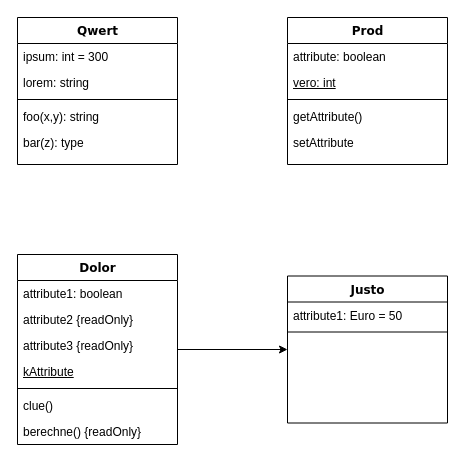
Before: Klassendiagramm-EA4.drawio in KathBerg/diagram-construction-site, a draw.io diagram. Source tidied: cells renumbered, new cells numbered last; positions are measured from the earlier drawing's top-left corner, leaving out a move shared by most shapes. Both pictures are drawn from the tidied source at 100%, with x=0, y=0 at pixel (17, 17).
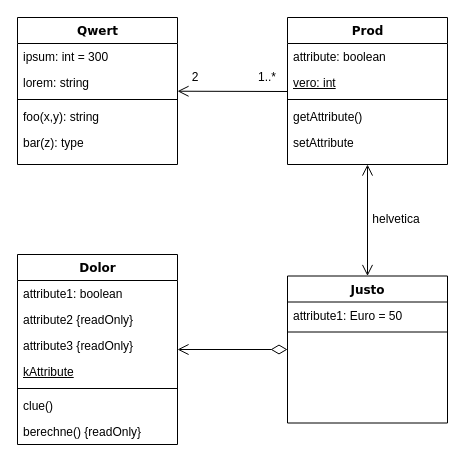
Above is the later version.

The change refers to these unchanged cells:
```xml
<mxCell id="2" value="Qwert" style="swimlane;html=1;fontStyle=1;align=center;verticalAlign=top;horizontal=1;startSize=26;swimlaneFillColor=#ffffff;rounded=0;shadow=0;comic=0;labelBackgroundColor=none;strokeWidth=1;fillColor=none;fontFamily=Verdana;fontSize=12;" parent="1" vertex="1">
  <mxGeometry width="160" height="147" as="geometry" />
</mxCell>
<mxCell id="8" value="Prod" style="swimlane;html=1;fontStyle=1;align=center;verticalAlign=top;horizontal=1;startSize=26;swimlaneFillColor=#ffffff;rounded=0;shadow=0;comic=0;labelBackgroundColor=none;strokeWidth=1;fillColor=none;fontFamily=Verdana;fontSize=12;" parent="1" vertex="1">
  <mxGeometry x="270" width="160" height="147" as="geometry" />
</mxCell>
<mxCell id="14" value="Justo" style="swimlane;html=1;fontStyle=1;align=center;verticalAlign=top;horizontal=1;startSize=26;swimlaneFillColor=#ffffff;rounded=0;shadow=0;comic=0;labelBackgroundColor=none;strokeWidth=1;fillColor=none;fontFamily=Verdana;fontSize=12;" parent="1" vertex="1">
  <mxGeometry x="270" y="258.5" width="160" height="147" as="geometry" />
</mxCell>
<mxCell id="18" value="Dolor" style="swimlane;html=1;fontStyle=1;align=center;verticalAlign=top;horizontal=1;startSize=26;swimlaneFillColor=#ffffff;rounded=0;shadow=0;comic=0;labelBackgroundColor=none;strokeWidth=1;fillColor=none;fontFamily=Verdana;fontSize=12;" parent="1" vertex="1">
  <mxGeometry y="237" width="160" height="190" as="geometry" />
</mxCell>
```

The edit, as a diff of the source:
```diff
@@
-    <mxCell id="17" style="edgeStyle=orthogonalEdgeStyle;rounded=0;jettySize=auto;html=1;entryX=0;entryY=0.5;entryDx=0;entryDy=0;" parent="1" edge="1" source="18" target="14">
-      <mxGeometry relative="1" as="geometry" />
-    </mxCell>
@@
+    <mxCell id="26" style="endArrow=open;html=1;endSize=9;startArrow=diamondThin;startSize=14;startFill=0;edgeStyle=orthogonalEdgeStyle;align=left;verticalAlign=bottom;rounded=0;" parent="1" edge="1" source="14" target="18">
+      <mxGeometry x="-0.64" y="-15" relative="1" as="geometry" />
+    </mxCell>
+    <mxCell id="27" style="endArrow=open;startArrow=open;html=1;rounded=0;startFill=0;endFill=0;endSize=9;startSize=9;" parent="1" edge="1" source="14" target="8">
+      <mxGeometry relative="1" as="geometry" />
+    </mxCell>
+    <mxCell id="28" style="endArrow=open;html=1;rounded=0;endFill=0;endSize=9;startSize=9;strokeColor=default;enumerate=0;snapToPoint=0;" parent="1" edge="1" target="2">
+      <mxGeometry relative="1" as="geometry">
+        <mxPoint x="270" y="74" as="sourcePoint" />
+      </mxGeometry>
+    </mxCell>
+    <mxCell id="29" value="2" style="text;html=1;align=center;verticalAlign=middle;whiteSpace=wrap;rounded=0;" parent="1" vertex="1">
+      <mxGeometry x="168" y="55" width="20" height="10" as="geometry" />
+    </mxCell>
+    <mxCell id="30" value="1..*" style="text;html=1;align=center;verticalAlign=middle;whiteSpace=wrap;rounded=0;" parent="1" vertex="1">
+      <mxGeometry x="240" y="55" width="20" height="10" as="geometry" />
+    </mxCell>
+    <mxCell id="31" value="helvetica" style="text;html=1;align=center;verticalAlign=middle;whiteSpace=wrap;rounded=0;" parent="1" vertex="1">
+      <mxGeometry x="369" y="197" width="20" height="10" as="geometry" />
+    </mxCell>
```
